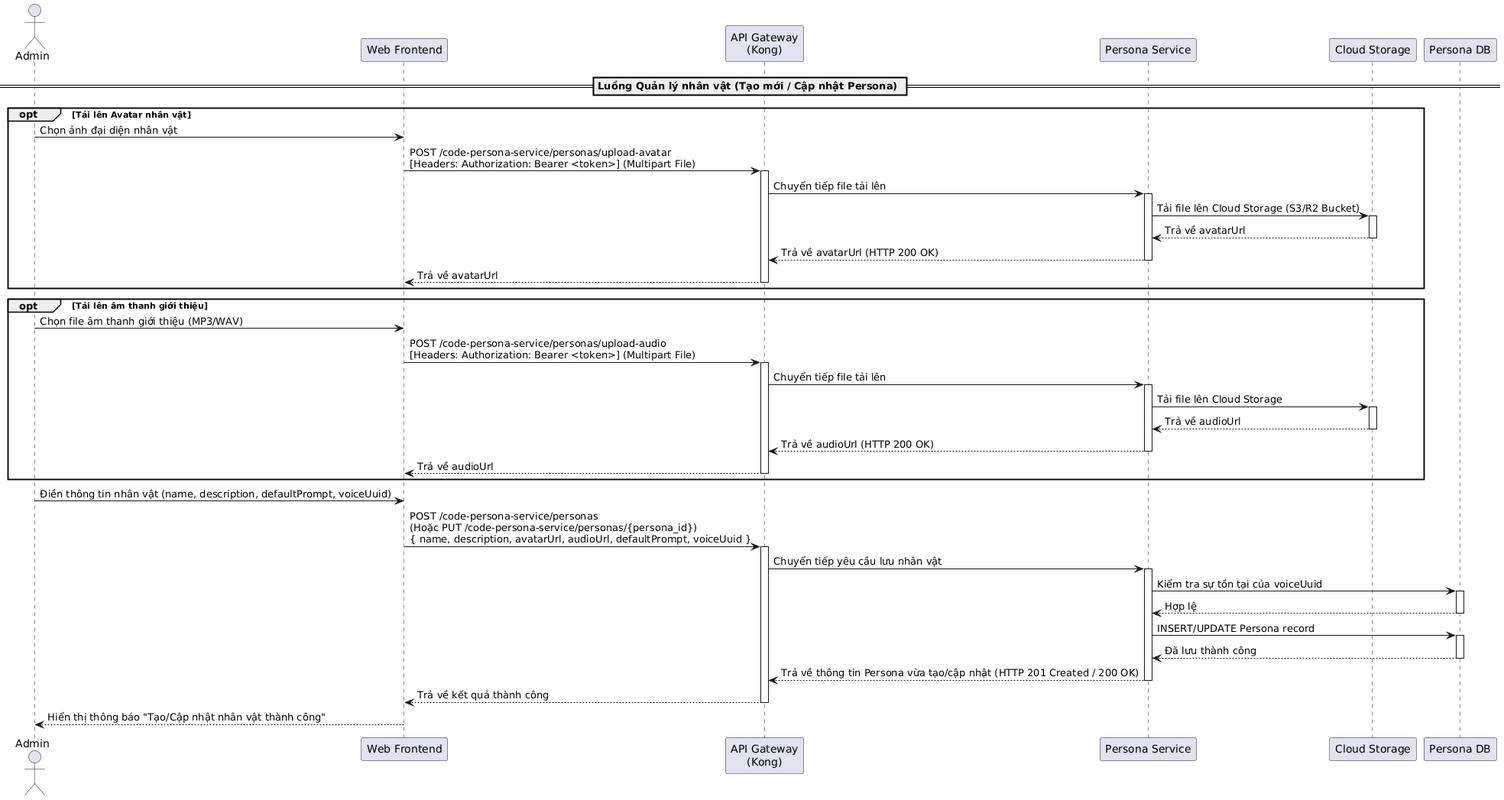
Above: temp/05-sequence/UML-Sequence-22.png in 20206205Tech/docs-uml (PlantUML), before the change.
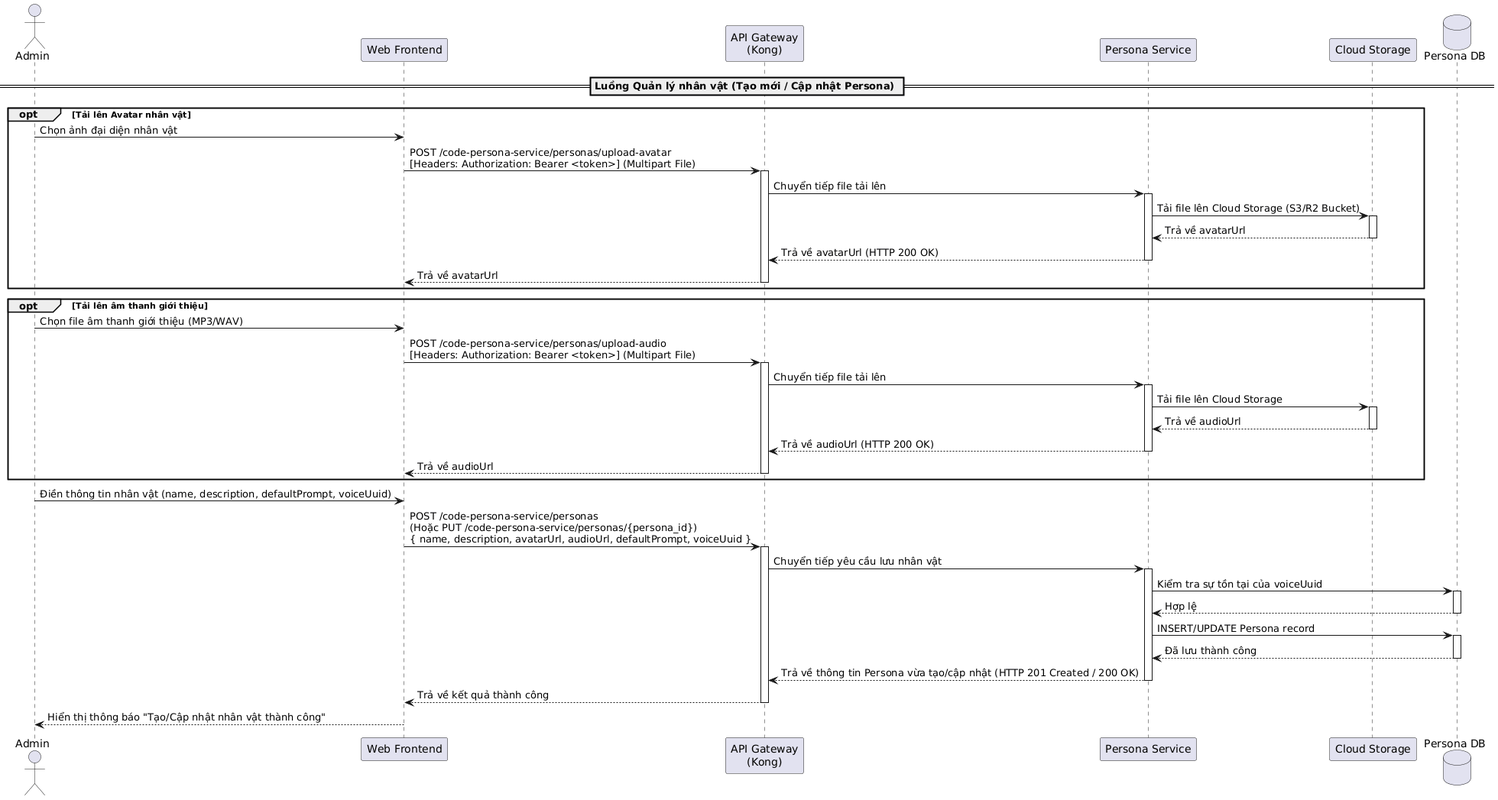
Later version of the same file.

Change to the diagram source:
```diff
@@ -4,7 +4,7 @@
 participant "API Gateway\n(Kong)" as Kong
 participant "Persona Service" as PersonaService
 participant "Cloud Storage" as Storage
-participant "Persona DB" as DB
+database "Persona DB" as DB
 
 == Luồng Quản lý nhân vật (Tạo mới / Cập nhật Persona) ==
 opt Tải lên Avatar nhân vật
```
